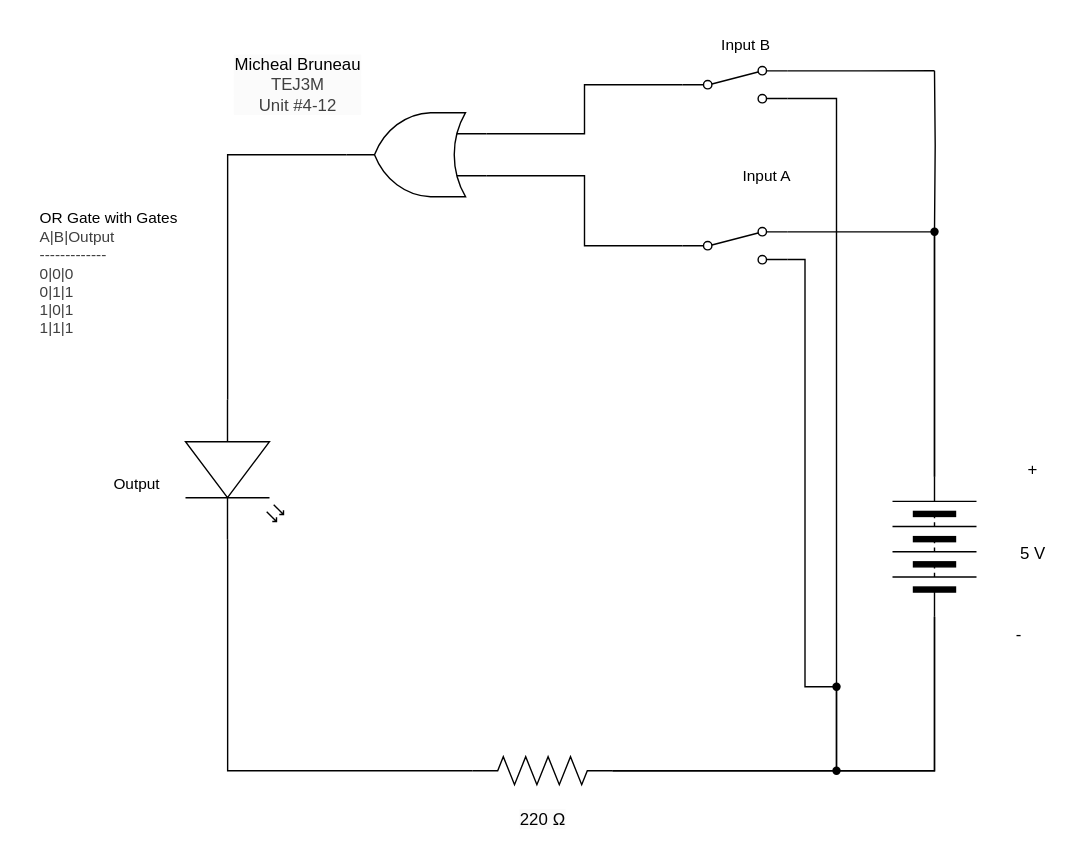
Above: TEJ3M 4-12/Schematic Diagram.drawio in michael-bruneau/TEJ3M-Unit-4 (draw.io), before the change. Source tidied: cells renumbered, new cells numbered last; positions are measured from the earlier drawing's top-left corner, leaving out a move shared by most shapes. Both pictures are drawn from the tidied source at 140%, with x=0, y=0 at pixel (24, 24).
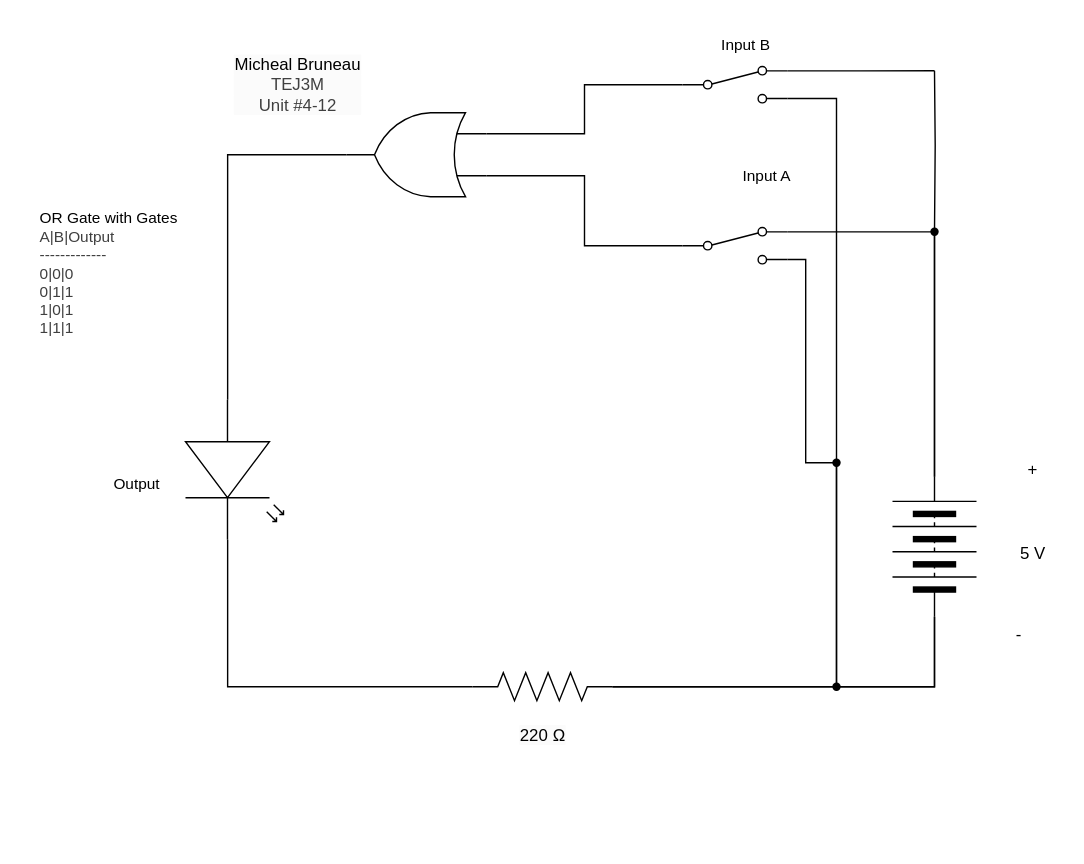
The same diagram, later.

Unchanged cells that the change refers to:
```xml
<mxCell id="4" style="verticalLabelPosition=bottom;shadow=0;dashed=0;align=center;html=1;verticalAlign=top;shape=mxgraph.electrical.miscellaneous.batteryStack;rotation=-90;" parent="1" vertex="1">
  <mxGeometry x="600" y="343" width="100" height="60" as="geometry" />
</mxCell>
<mxCell id="17" style="html=1;shape=mxgraph.electrical.electro-mechanical.twoWaySwitch;elSwitchState=2;" parent="1" vertex="1">
  <mxGeometry x="470" y="145" width="75" height="26" as="geometry" />
</mxCell>
<mxCell id="19" style="html=1;shape=mxgraph.electrical.electro-mechanical.twoWaySwitch;elSwitchState=2;" parent="1" vertex="1">
  <mxGeometry x="470" y="30" width="75" height="26" as="geometry" />
</mxCell>
```

What changed in the source:
```diff
@@
     <mxCell id="3" style="edgeStyle=orthogonalEdgeStyle;shape=connector;rounded=0;html=1;exitX=0;exitY=0.5;exitDx=0;exitDy=0;entryX=1;entryY=0.88;entryDx=0;entryDy=0;strokeColor=default;align=center;verticalAlign=middle;fontFamily=Helvetica;fontSize=11;fontColor=default;labelBackgroundColor=default;endArrow=none;endFill=0;" parent="1" edge="1" source="4" target="19">
       <mxGeometry relative="1" as="geometry">
         <Array as="points">
-          <mxPoint x="650" y="533" />
-          <mxPoint x="580" y="533" />
+          <mxPoint x="650" y="473" />
+          <mxPoint x="580" y="473" />
           <mxPoint x="580" y="53" />
         </Array>
       </mxGeometry>
     </mxCell>
@@
     <mxCell id="8" style="edgeStyle=orthogonalEdgeStyle;shape=connector;curved=0;rounded=0;html=1;exitDx=0;exitDy=0;exitPerimeter=0;entryX=0;entryY=0.5;entryDx=0;entryDy=0;strokeColor=default;align=center;verticalAlign=middle;fontFamily=Helvetica;fontSize=11;fontColor=default;labelBackgroundColor=default;endArrow=none;endFill=0;" parent="1" edge="1" source="12" target="4">
-      <mxGeometry relative="1" as="geometry" />
+      <mxGeometry relative="1" as="geometry">
+        <Array as="points">
+          <mxPoint x="580" y="473" />
+          <mxPoint x="650" y="473" />
+        </Array>
+      </mxGeometry>
     </mxCell>
     <mxCell id="9" style="edgeStyle=orthogonalEdgeStyle;shape=connector;curved=0;rounded=0;html=1;exitDx=0;exitDy=0;exitPerimeter=0;strokeColor=default;align=center;verticalAlign=middle;fontFamily=Helvetica;fontSize=11;fontColor=default;labelBackgroundColor=default;endArrow=none;endFill=0;entryX=1;entryY=0.88;entryDx=0;entryDy=0;" parent="1" edge="1" source="21" target="17">
-      <mxGeometry relative="1" as="geometry" />
+      <mxGeometry relative="1" as="geometry">
+        <Array as="points">
+          <mxPoint x="580" y="313" />
+          <mxPoint x="558" y="313" />
+          <mxPoint x="558" y="168" />
+        </Array>
+      </mxGeometry>
     </mxCell>
     <mxCell id="10" style="verticalLabelPosition=bottom;shadow=0;dashed=0;align=center;html=1;verticalAlign=top;shape=mxgraph.electrical.resistors.resistor_2;fontFamily=Helvetica;fontSize=11;fontColor=default;labelBackgroundColor=default;" parent="1" vertex="1">
-      <mxGeometry x="320" y="523" width="100" height="20" as="geometry" />
+      <mxGeometry x="320" y="463" width="100" height="20" as="geometry" />
     </mxCell>
@@
-    <mxCell id="12" style="shape=waypoint;sketch=0;fillStyle=solid;size=6;points=[];fillColor=none;perimeter=centerPerimeter;snapToPoint=1;fontFamily=Helvetica;fontSize=11;fontColor=default;labelBackgroundColor=default;" parent="1" vertex="1">
-      <mxGeometry x="570" y="523" width="20" height="20" as="geometry" />
-    </mxCell>
@@
     <mxCell id="14" value="&lt;span style=&quot;color: rgb(0, 0, 0); font-size: 12px; background-color: rgb(251, 251, 251);&quot;&gt;220 Ω&lt;/span&gt;" style="text;html=1;align=center;verticalAlign=middle;strokeColor=none;fillColor=none;fontFamily=Helvetica;fontSize=11;fontColor=default;labelBackgroundColor=default;" parent="1" vertex="1">
-      <mxGeometry x="340" y="553" width="60" height="30" as="geometry" />
+      <mxGeometry x="340" y="493" width="60" height="30" as="geometry" />
     </mxCell>
@@
-    <mxCell id="20" style="edgeStyle=orthogonalEdgeStyle;shape=connector;curved=0;rounded=0;html=1;exitX=1;exitY=0.5;exitDx=0;exitDy=0;exitPerimeter=0;strokeColor=default;align=center;verticalAlign=middle;fontFamily=Helvetica;fontSize=11;fontColor=default;labelBackgroundColor=default;endArrow=none;endFill=0;entryDx=0;entryDy=0;" parent="1" edge="1" source="10" target="21">
-      <mxGeometry relative="1" as="geometry">
-        <Array as="points">
-          <mxPoint x="580" y="533" />
-        </Array>
-      </mxGeometry>
+    <mxCell id="20" style="edgeStyle=orthogonalEdgeStyle;shape=connector;curved=0;rounded=0;html=1;exitDx=0;exitDy=0;exitPerimeter=0;strokeColor=default;align=center;verticalAlign=middle;fontFamily=Helvetica;fontSize=11;fontColor=default;labelBackgroundColor=default;endArrow=none;endFill=0;entryDx=0;entryDy=0;" parent="1" edge="1" source="12" target="21">
+      <mxGeometry relative="1" as="geometry" />
     </mxCell>
     <mxCell id="21" style="shape=waypoint;sketch=0;fillStyle=solid;size=6;points=[];fillColor=none;perimeter=centerPerimeter;snapToPoint=1;fontFamily=Helvetica;fontSize=11;fontColor=default;labelBackgroundColor=default;" parent="1" vertex="1">
-      <mxGeometry x="570" y="463" width="20" height="20" as="geometry" />
+      <mxGeometry x="570" y="303" width="20" height="20" as="geometry" />
     </mxCell>
@@
+    <mxCell id="33" style="edgeStyle=orthogonalEdgeStyle;shape=connector;curved=0;rounded=0;html=1;exitX=1;exitY=0.5;exitDx=0;exitDy=0;exitPerimeter=0;strokeColor=default;align=center;verticalAlign=middle;fontFamily=Helvetica;fontSize=11;fontColor=default;labelBackgroundColor=default;endArrow=none;endFill=0;entryDx=0;entryDy=0;" parent="1" edge="1" source="10" target="12">
+      <mxGeometry relative="1" as="geometry">
+        <Array as="points">
+          <mxPoint x="580" y="473" />
+        </Array>
+      </mxGeometry>
+    </mxCell>
+    <mxCell id="12" style="shape=waypoint;sketch=0;fillStyle=solid;size=6;points=[];fillColor=none;perimeter=centerPerimeter;snapToPoint=1;fontFamily=Helvetica;fontSize=11;fontColor=default;labelBackgroundColor=default;" parent="1" vertex="1">
+      <mxGeometry x="570" y="463" width="20" height="20" as="geometry" />
+    </mxCell>
```
